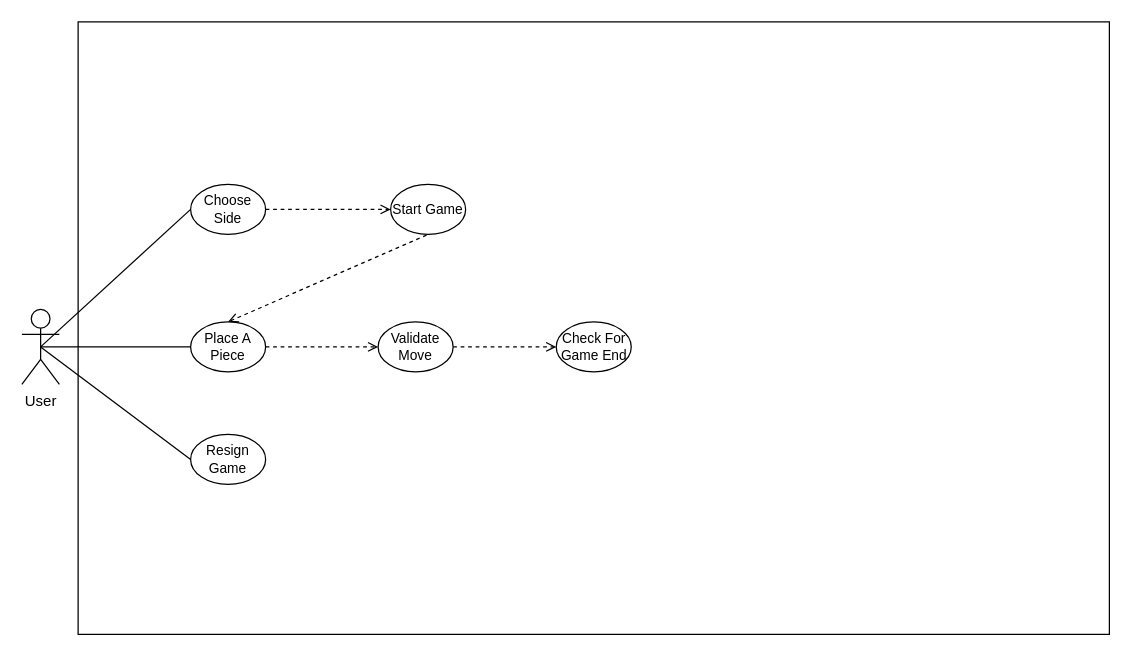
The draw.io diagram Iteration_1/Backend/UseCaseDiagrams/backend_UseCaseDiagram.drawio in m-yoon02/Condensation, before the edit. Source tidied: cells renumbered, new cells numbered last; positions are measured from the earlier drawing's top-left corner, leaving out a move shared by most shapes. Both pictures are drawn from the tidied source at 125%, with x=0, y=0 at pixel (21, 21).
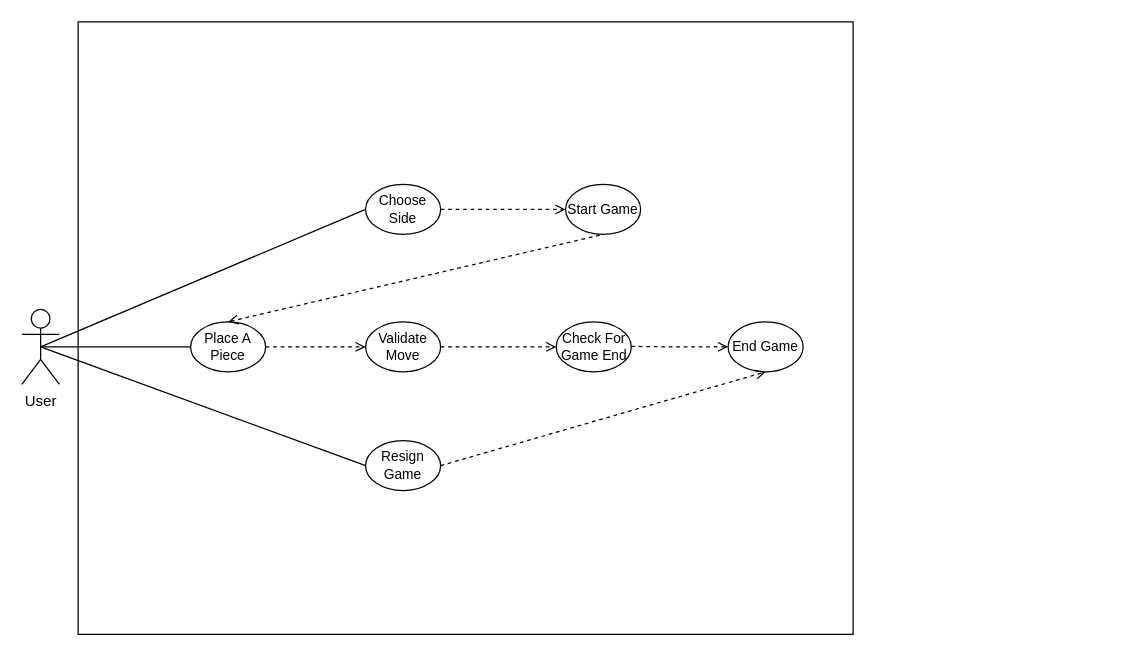
After the change.

Commit message:
added End Game

The edit, as a diff of the source:
```diff
@@
     <mxCell id="2" style="rounded=0;whiteSpace=wrap;html=1;" parent="1" vertex="1">
-      <mxGeometry x="45" width="825" height="490" as="geometry" />
+      <mxGeometry x="45" width="620" height="490" as="geometry" />
     </mxCell>
@@
     <mxCell id="4" value="Start Game" style="ellipse;whiteSpace=wrap;html=1;fontSize=11;" parent="1" vertex="1">
-      <mxGeometry x="295" y="130" width="60" height="40" as="geometry" />
+      <mxGeometry x="435" y="130" width="60" height="40" as="geometry" />
     </mxCell>
     <mxCell id="5" value="Choose Side" style="ellipse;whiteSpace=wrap;html=1;fontSize=11;" parent="1" vertex="1">
-      <mxGeometry x="135" y="130" width="60" height="40" as="geometry" />
+      <mxGeometry x="275" y="130" width="60" height="40" as="geometry" />
     </mxCell>
@@
     <mxCell id="9" value="Resign Game" style="ellipse;whiteSpace=wrap;html=1;fontSize=11;" parent="1" vertex="1">
-      <mxGeometry x="135" y="330" width="60" height="40" as="geometry" />
+      <mxGeometry x="275" y="335" width="60" height="40" as="geometry" />
     </mxCell>
@@
     <mxCell id="11" value="Validate Move" style="ellipse;whiteSpace=wrap;html=1;fontSize=11;" parent="1" vertex="1">
-      <mxGeometry x="285" y="240" width="60" height="40" as="geometry" />
+      <mxGeometry x="275" y="240" width="60" height="40" as="geometry" />
     </mxCell>
@@
+    <mxCell id="17" value="End Game" style="ellipse;whiteSpace=wrap;html=1;fontSize=11;" parent="1" vertex="1">
+      <mxGeometry x="565" y="240" width="60" height="40" as="geometry" />
+    </mxCell>
+    <mxCell id="18" style="edgeStyle=orthogonalEdgeStyle;rounded=0;orthogonalLoop=1;jettySize=auto;html=1;dashed=1;endArrow=open;endFill=0;" parent="1" edge="1">
+      <mxGeometry relative="1" as="geometry">
+        <mxPoint x="487.5" y="259.6" as="sourcePoint" />
+        <mxPoint x="565" y="260" as="targetPoint" />
+      </mxGeometry>
+    </mxCell>
+    <mxCell id="19" style="endArrow=open;dashed=1;html=1;rounded=0;entryX=0.5;entryY=1;entryDx=0;entryDy=0;exitX=1;exitY=0.5;exitDx=0;exitDy=0;endFill=0;" parent="1" edge="1" source="9" target="17">
+      <mxGeometry relative="1" as="geometry" />
+    </mxCell>
```
